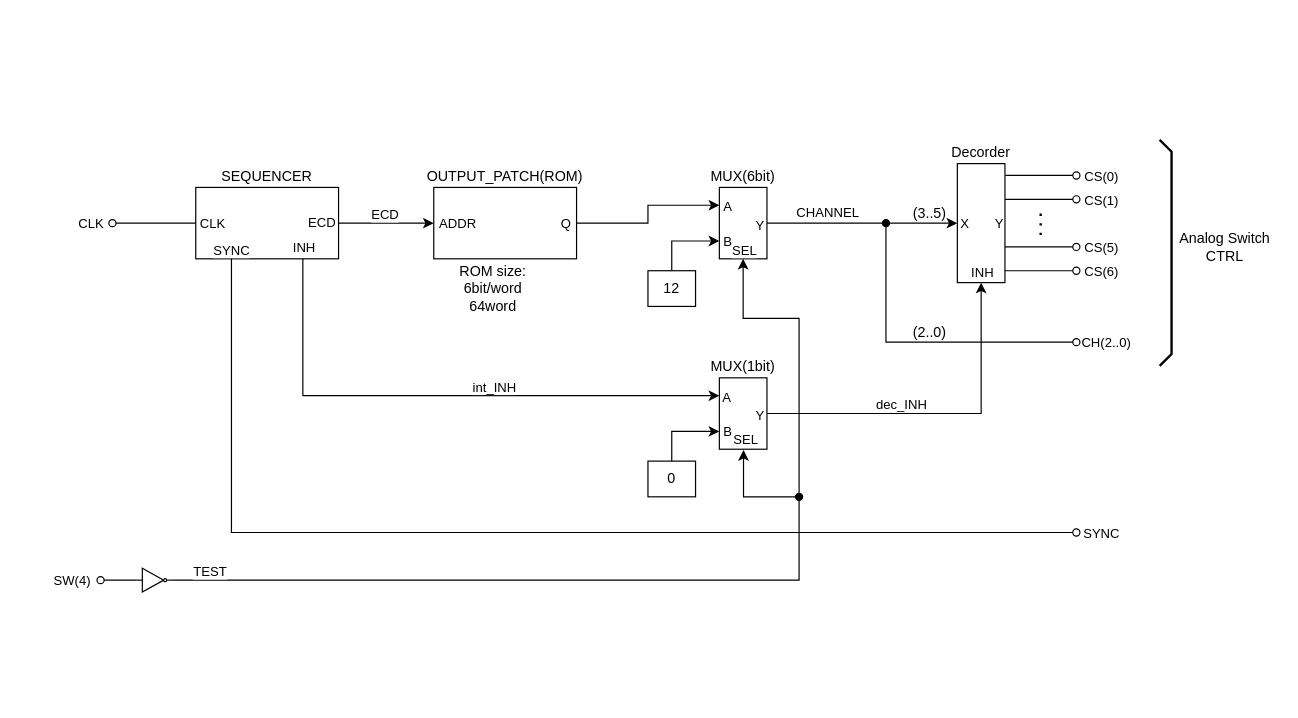
The draw.io diagram figures/ER524D_HDL_TopLevel_BlockDiagram.drawio in mm011106/CalCoilDriver, before the edit. Source tidied: cells renumbered, new cells numbered last; positions are measured from the earlier drawing's top-left corner, leaving out a move shared by most shapes. Both pictures are drawn from the tidied source at 119%, with x=0, y=0 at pixel (100, 139).
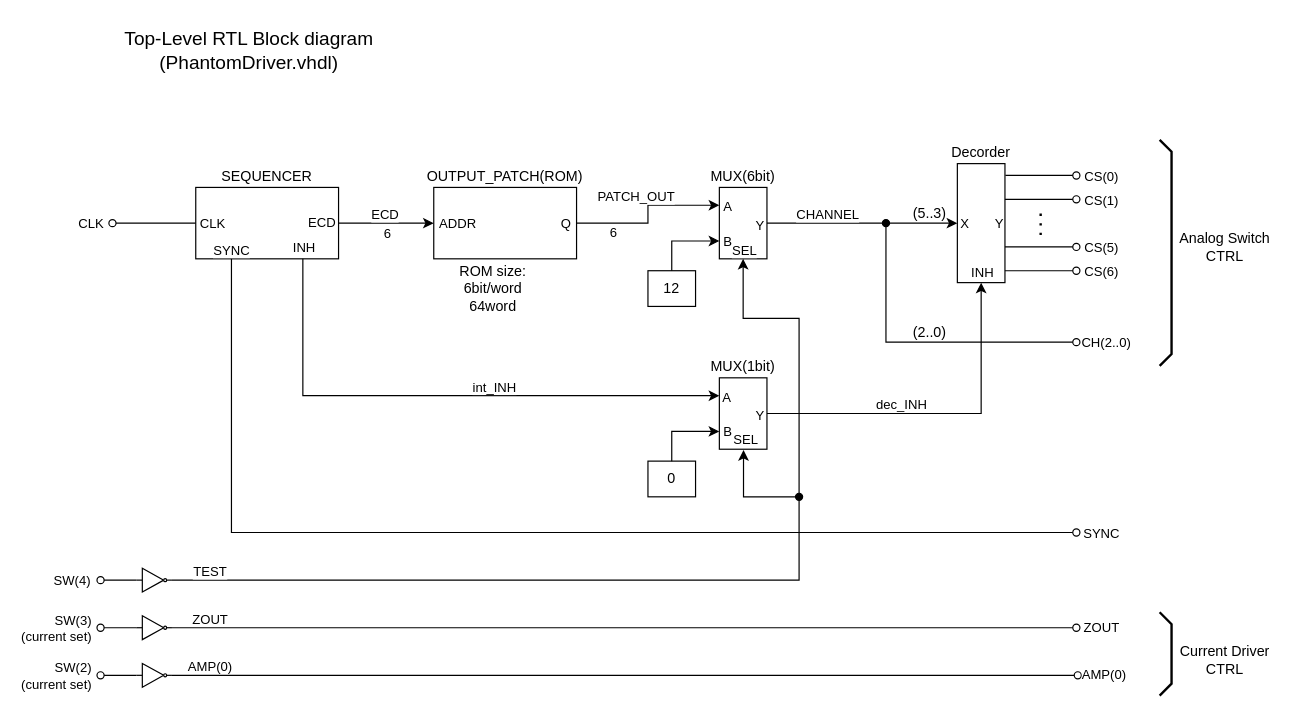
The same diagram, later.

Commit message (it also covers changes not shown here):
ER524D_HDL_TopLevel_BlockDiagram.drawio を更新します

The change refers to these unchanged cells:
```xml
<mxCell id="14" style="edgeStyle=orthogonalEdgeStyle;rounded=0;jettySize=auto;html=1;exitX=1;exitY=0.5;exitDx=0;exitDy=0;entryX=0;entryY=0.5;entryDx=0;entryDy=0;" parent="1" edge="1" source="3" target="7">
  <mxGeometry relative="1" as="geometry" />
</mxCell>
<mxCell id="22" style="edgeStyle=orthogonalEdgeStyle;rounded=0;jettySize=auto;html=1;exitX=1;exitY=0.5;exitDx=0;exitDy=0;entryX=0;entryY=0.25;entryDx=0;entryDy=0;" parent="1" edge="1" source="7" target="2">
  <mxGeometry relative="1" as="geometry" />
</mxCell>
<mxCell id="25" style="edgeStyle=orthogonalEdgeStyle;rounded=0;jettySize=auto;html=1;exitX=1;exitY=0.5;exitDx=0;exitDy=0;entryX=0;entryY=0.5;entryDx=0;entryDy=0;" parent="1" edge="1" source="2" target="10">
  <mxGeometry relative="1" as="geometry" />
</mxCell>
```

Diff of the diagram source:
```diff
@@
-    <mxCell id="9" value="(3..5)" style="text;html=1;align=center;verticalAlign=middle;whiteSpace=wrap;rounded=0;" parent="1" vertex="1">
+    <mxCell id="9" value="(5..3)" style="text;html=1;align=center;verticalAlign=middle;whiteSpace=wrap;rounded=0;" parent="1" vertex="1">
       <mxGeometry x="667" y="47" width="60" height="30" as="geometry" />
     </mxCell>
@@
+    <mxCell id="63" value="6" style="edgeLabel;html=1;align=center;verticalAlign=middle;" parent="14" vertex="1">
+      <mxGeometry relative="1" as="geometry">
+        <mxPoint y="8" as="offset" />
+      </mxGeometry>
+    </mxCell>
@@
+    <mxCell id="64" value="6" style="edgeLabel;html=1;align=center;verticalAlign=middle;" parent="22" vertex="1">
+      <mxGeometry x="-0.56" y="-2" relative="1" as="geometry">
+        <mxPoint y="5" as="offset" />
+      </mxGeometry>
+    </mxCell>
+    <mxCell id="65" value="PATCH_OUT" style="edgeLabel;html=1;align=center;verticalAlign=middle;" parent="22" vertex="1">
+      <mxGeometry x="-0.27" relative="1" as="geometry">
+        <mxPoint y="-23" as="offset" />
+      </mxGeometry>
+    </mxCell>
@@
     <mxCell id="26" value="CHANNEL" style="edgeLabel;html=1;align=center;verticalAlign=middle;" parent="25" vertex="1">
       <mxGeometry x="-0.58" y="1" relative="1" as="geometry">
-        <mxPoint x="16" y="-9" as="offset" />
+        <mxPoint x="16" y="-7" as="offset" />
       </mxGeometry>
     </mxCell>
@@
+    <mxCell id="66" style="endArrow=none;html=1;rounded=0;endFill=0;startArrow=oval;startFill=0;" parent="1" edge="1">
+      <mxGeometry relative="1" as="geometry">
+        <mxPoint y="410" as="sourcePoint" />
+        <mxPoint x="30" y="410" as="targetPoint" />
+      </mxGeometry>
+    </mxCell>
+    <mxCell id="67" value="SW(3)&lt;div&gt;(current set)&lt;/div&gt;" style="edgeLabel;html=1;align=right;verticalAlign=middle;" parent="66" vertex="1">
+      <mxGeometry x="-0.99" relative="1" as="geometry">
+        <mxPoint x="-7" as="offset" />
+      </mxGeometry>
+    </mxCell>
+    <mxCell id="68" value="ZOUT" style="edgeLabel;html=1;align=center;verticalAlign=middle;" parent="66" vertex="1">
+      <mxGeometry x="-0.95" relative="1" as="geometry">
+        <mxPoint x="90" y="-8" as="offset" />
+      </mxGeometry>
+    </mxCell>
+    <mxCell id="69" style="edgeStyle=orthogonalEdgeStyle;rounded=0;jettySize=auto;html=1;endArrow=oval;endFill=0;" parent="1" edge="1" source="71">
+      <mxGeometry relative="1" as="geometry">
+        <mxPoint x="820" y="410" as="targetPoint" />
+      </mxGeometry>
+    </mxCell>
+    <mxCell id="70" value="ZOUT" style="edgeLabel;html=1;align=center;verticalAlign=middle;" parent="69" vertex="1">
+      <mxGeometry x="1" y="-3" relative="1" as="geometry">
+        <mxPoint x="20" y="-3" as="offset" />
+      </mxGeometry>
+    </mxCell>
+    <mxCell id="71" style="verticalLabelPosition=bottom;shadow=0;dashed=0;align=center;html=1;verticalAlign=top;shape=mxgraph.electrical.logic_gates.inverter_2;" parent="1" vertex="1">
+      <mxGeometry x="30" y="400" width="30" height="20" as="geometry" />
+    </mxCell>
+    <mxCell id="72" style="endArrow=none;html=1;rounded=0;endFill=0;startArrow=oval;startFill=0;" parent="1" edge="1">
+      <mxGeometry relative="1" as="geometry">
+        <mxPoint y="450" as="sourcePoint" />
+        <mxPoint x="30" y="450" as="targetPoint" />
+      </mxGeometry>
+    </mxCell>
+    <mxCell id="73" value="SW(2)&lt;div&gt;(current set)&lt;/div&gt;" style="edgeLabel;html=1;align=right;verticalAlign=middle;" parent="72" vertex="1">
+      <mxGeometry x="-0.99" relative="1" as="geometry">
+        <mxPoint x="-7" as="offset" />
+      </mxGeometry>
+    </mxCell>
+    <mxCell id="74" value="AMP(0)" style="edgeLabel;html=1;align=center;verticalAlign=middle;" parent="72" vertex="1">
+      <mxGeometry x="-0.95" relative="1" as="geometry">
+        <mxPoint x="90" y="-8" as="offset" />
+      </mxGeometry>
+    </mxCell>
+    <mxCell id="75" style="edgeStyle=orthogonalEdgeStyle;rounded=0;jettySize=auto;html=1;endArrow=oval;endFill=0;" parent="1" edge="1" source="77">
+      <mxGeometry relative="1" as="geometry">
+        <mxPoint x="821.2" y="450" as="targetPoint" />
+      </mxGeometry>
+    </mxCell>
+    <mxCell id="76" value="AMP(0)" style="edgeLabel;html=1;align=left;verticalAlign=middle;" parent="75" vertex="1">
+      <mxGeometry x="1" relative="1" as="geometry">
+        <mxPoint x="2" as="offset" />
+      </mxGeometry>
+    </mxCell>
+    <mxCell id="77" style="verticalLabelPosition=bottom;shadow=0;dashed=0;align=center;html=1;verticalAlign=top;shape=mxgraph.electrical.logic_gates.inverter_2;" parent="1" vertex="1">
+      <mxGeometry x="30" y="440" width="30" height="20" as="geometry" />
+    </mxCell>
+    <mxCell id="78" value="Current Driver&lt;div&gt;CTRL&lt;/div&gt;" style="text;html=1;align=center;verticalAlign=middle;whiteSpace=wrap;rounded=0;" parent="1" vertex="1">
+      <mxGeometry x="900" y="407" width="90" height="60" as="geometry" />
+    </mxCell>
+    <mxCell id="79" style="endArrow=none;html=1;rounded=0;strokeWidth=2;" parent="1" edge="1">
+      <mxGeometry relative="1" as="geometry">
+        <mxPoint x="890" y="467" as="sourcePoint" />
+        <mxPoint x="890" y="397" as="targetPoint" />
+        <Array as="points">
+          <mxPoint x="900" y="457" />
+          <mxPoint x="900" y="407" />
+        </Array>
+      </mxGeometry>
+    </mxCell>
+    <mxCell id="80" value="Top-Level RTL Block diagram&lt;div&gt;(PhantomDriver.vhdl)&lt;/div&gt;" style="text;html=1;align=center;verticalAlign=middle;whiteSpace=wrap;rounded=0;fontSize=16;" parent="1" vertex="1">
+      <mxGeometry y="-100" width="250" height="50" as="geometry" />
+    </mxCell>
```
